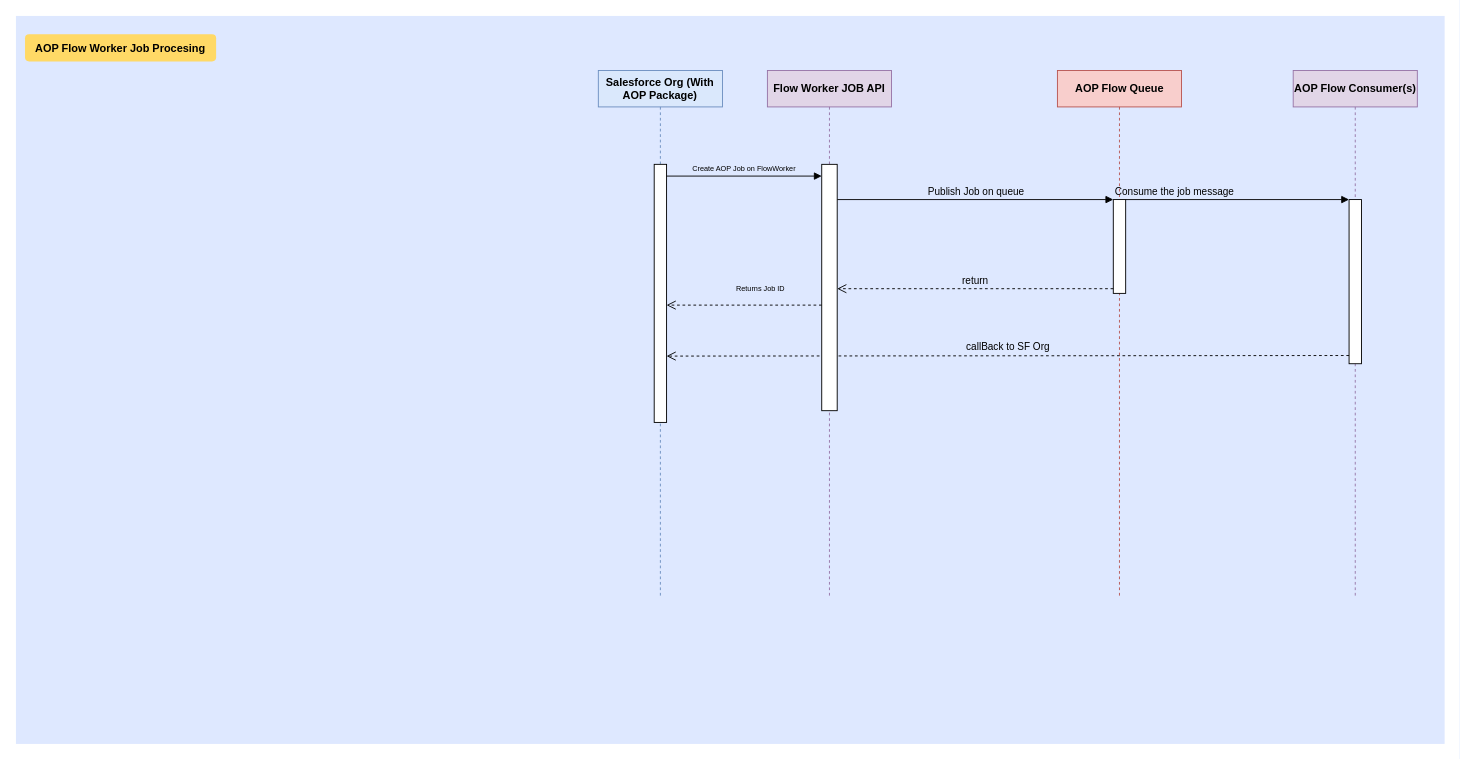
Before: Untitled Diagram.drawio in Maxxpower/aop_diagrams, a draw.io diagram. Source tidied: cells renumbered, new cells numbered last; positions are measured from the earlier drawing's top-left corner, leaving out a move shared by most shapes. Both pictures are drawn from the tidied source at 91%, with x=0, y=0 at pixel (15, 15).
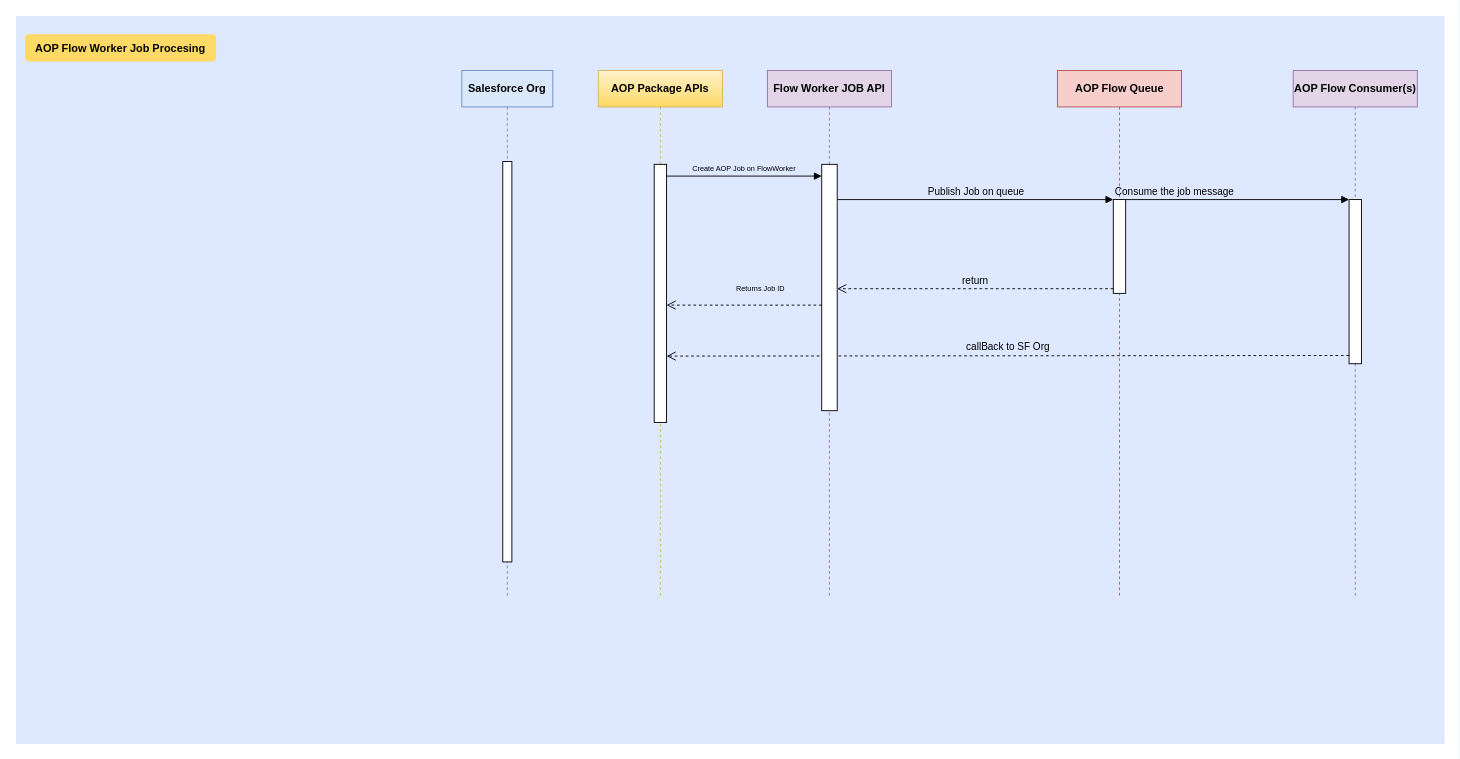
Above is the later version.

Unchanged cells that the change refers to:
```xml
<mxCell id="4" style="group;" parent="1" vertex="1">
  <mxGeometry x="640" y="60" width="900" height="580" as="geometry" />
</mxCell>
```

Diff of the diagram source:
```diff
@@
-    <mxCell id="5" value="Salesforce Org (With AOP Package)" style="shape=umlLifeline;perimeter=lifelinePerimeter;whiteSpace=wrap;html=1;fillColor=#dae8fc;strokeColor=#6c8ebf;fontStyle=1;" parent="4" vertex="1">
+    <mxCell id="5" value="AOP Package APIs" style="shape=umlLifeline;perimeter=lifelinePerimeter;whiteSpace=wrap;html=1;fillColor=#fff2cc;strokeColor=#d6b656;fontStyle=1;gradientColor=#ffd966;" parent="4" vertex="1">
       <mxGeometry width="136.4" height="580" as="geometry" />
     </mxCell>
@@
+    <mxCell id="19" value="Salesforce Org" style="shape=umlLifeline;perimeter=lifelinePerimeter;whiteSpace=wrap;html=1;labelBackgroundColor=none;fontSize=12;fontStyle=1;fillColor=#dae8fc;strokeColor=#6c8ebf;" parent="1" vertex="1">
+      <mxGeometry x="490" y="60" width="100" height="580" as="geometry" />
+    </mxCell>
+    <mxCell id="20" style="html=1;perimeter=orthogonalPerimeter;labelBackgroundColor=none;fontSize=12;" parent="19" vertex="1">
+      <mxGeometry x="45" y="100" width="10" height="440" as="geometry" />
+    </mxCell>
```
